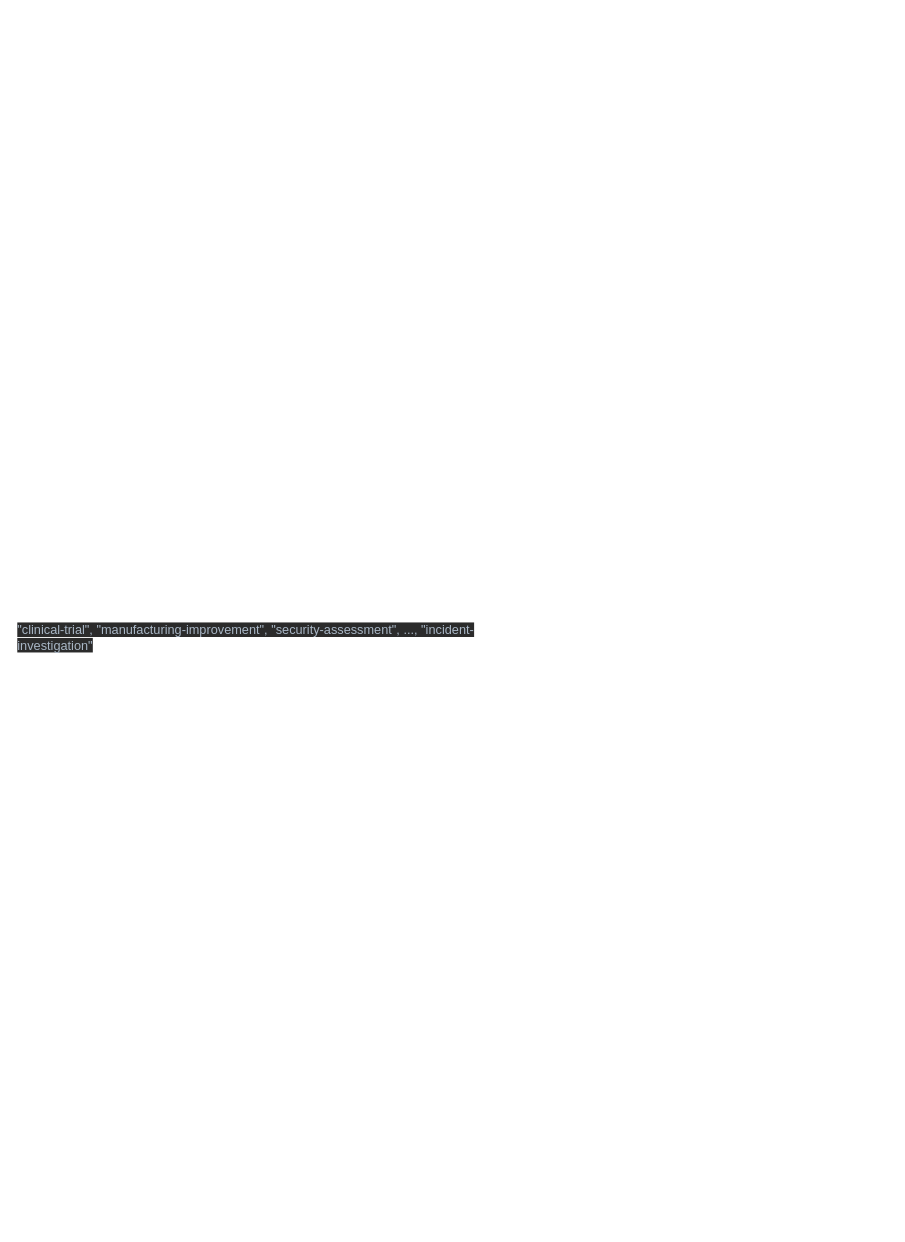
odpi/egeria-docs keeps this draw.io diagram as page "project-type-example" (2 of 2) of site/docs/guides/planning/valid-values/valid-metadata-values.drawio. Above is the earlier version. Source tidied: cells renumbered, new cells numbered last; positions are measured from the earlier drawing's top-left corner, leaving out a move shared by most shapes. Both pictures are drawn from the tidied source at 91%, with x=0, y=0 at pixel (15, 616).
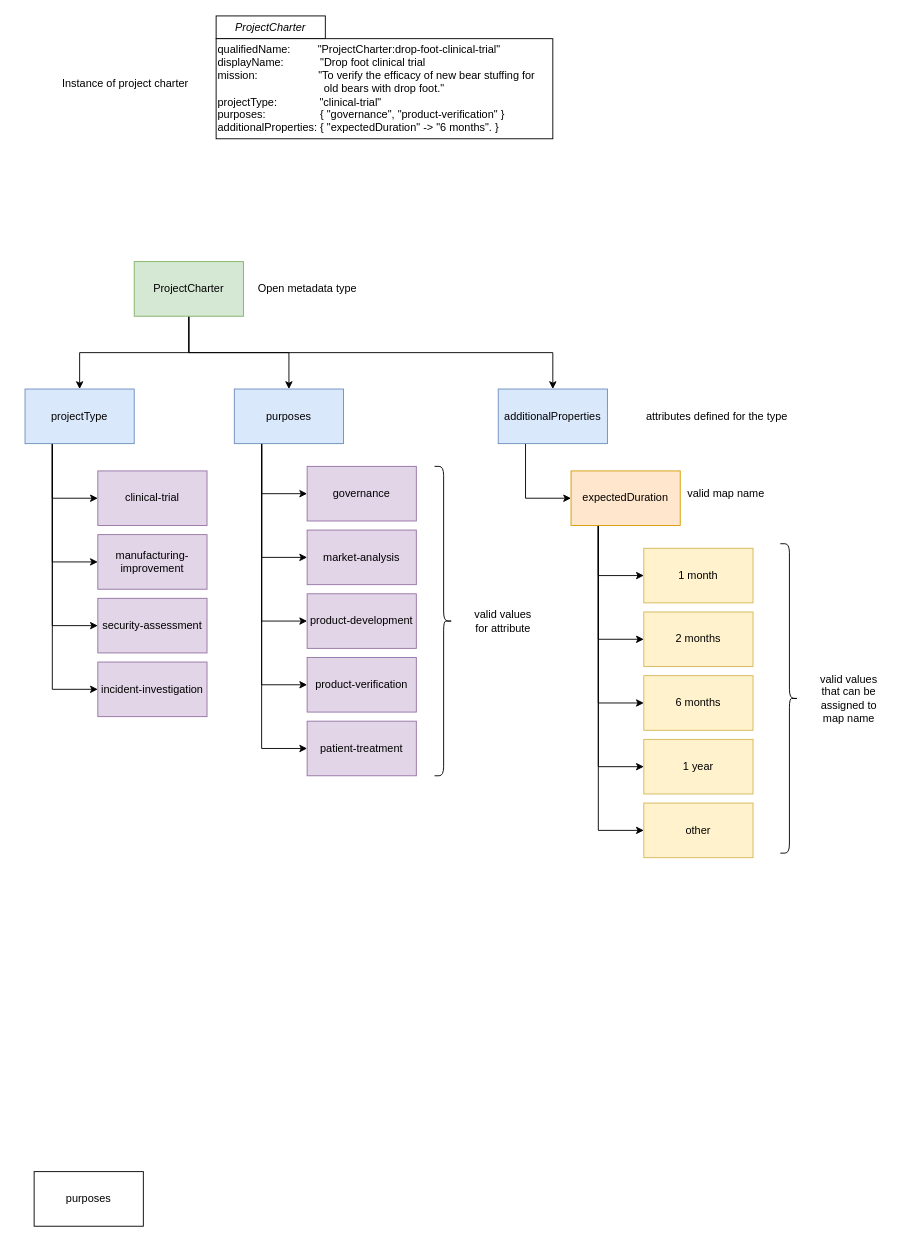
The same page after the edit.

Commit message (it also covers changes not shown here):
Add valid value diagrams

Change to the diagram source:
```diff
@@
-    <mxCell id="2" value="&lt;span style=&quot;color: rgb(169, 183, 198); font-family: Helvetica, Arial, freesans, sans-serif; font-size: 14px; font-style: normal; font-variant-ligatures: normal; font-variant-caps: normal; font-weight: 400; letter-spacing: normal; orphans: 2; text-align: left; text-indent: 0px; text-transform: none; widows: 2; word-spacing: 0px; -webkit-text-stroke-width: 0px; background-color: rgb(43, 43, 43); text-decoration-thickness: initial; text-decoration-style: initial; text-decoration-color: initial; float: none; display: inline !important;&quot;&gt;&quot;clinical-trial&quot;, &quot;manufacturing-improvement&quot;, &quot;security-assessment&quot;, ..., &quot;incident-investigation&quot;&lt;/span&gt;" style="text;whiteSpace=wrap;html=1;" parent="1" vertex="1">
-      <mxGeometry width="560" height="60" as="geometry" />
-    </mxCell>
+    <mxCell id="3" style="edgeStyle=orthogonalEdgeStyle;rounded=0;jettySize=auto;html=1;exitX=0.25;exitY=1;exitDx=0;exitDy=0;entryX=0;entryY=0.5;entryDx=0;entryDy=0;" parent="1" edge="1" source="7" target="8">
+      <mxGeometry relative="1" as="geometry" />
+    </mxCell>
+    <mxCell id="4" style="edgeStyle=orthogonalEdgeStyle;rounded=0;jettySize=auto;html=1;exitX=0.25;exitY=1;exitDx=0;exitDy=0;entryX=0;entryY=0.5;entryDx=0;entryDy=0;" parent="1" edge="1" source="7" target="9">
+      <mxGeometry relative="1" as="geometry" />
+    </mxCell>
+    <mxCell id="5" style="edgeStyle=orthogonalEdgeStyle;rounded=0;jettySize=auto;html=1;exitX=0.25;exitY=1;exitDx=0;exitDy=0;entryX=0;entryY=0.5;entryDx=0;entryDy=0;" parent="1" edge="1" source="7" target="14">
+      <mxGeometry relative="1" as="geometry" />
+    </mxCell>
+    <mxCell id="6" style="edgeStyle=orthogonalEdgeStyle;rounded=0;jettySize=auto;html=1;exitX=0.25;exitY=1;exitDx=0;exitDy=0;entryX=0;entryY=0.5;entryDx=0;entryDy=0;" parent="1" edge="1" source="7" target="15">
+      <mxGeometry relative="1" as="geometry" />
+    </mxCell>
+    <mxCell id="7" value="projectType" style="rounded=0;whiteSpace=wrap;html=1;fillColor=#dae8fc;strokeColor=#6c8ebf;" parent="1" vertex="1">
+      <mxGeometry x="10" y="-250" width="120" height="60" as="geometry" />
+    </mxCell>
+    <mxCell id="8" value="clinical-trial" style="rounded=0;whiteSpace=wrap;html=1;fillColor=#e1d5e7;strokeColor=#9673a6;" parent="1" vertex="1">
+      <mxGeometry x="90" y="-160" width="120" height="60" as="geometry" />
+    </mxCell>
+    <mxCell id="9" value="manufacturing-improvement" style="rounded=0;whiteSpace=wrap;html=1;fillColor=#e1d5e7;strokeColor=#9673a6;" parent="1" vertex="1">
+      <mxGeometry x="90" y="-90" width="120" height="60" as="geometry" />
+    </mxCell>
+    <mxCell id="10" style="edgeStyle=orthogonalEdgeStyle;rounded=0;jettySize=auto;html=1;exitX=0.5;exitY=1;exitDx=0;exitDy=0;entryX=0.5;entryY=0;entryDx=0;entryDy=0;" parent="1" edge="1" source="13" target="7">
+      <mxGeometry relative="1" as="geometry" />
+    </mxCell>
+    <mxCell id="11" style="edgeStyle=orthogonalEdgeStyle;rounded=0;jettySize=auto;html=1;exitX=0.5;exitY=1;exitDx=0;exitDy=0;entryX=0.5;entryY=0;entryDx=0;entryDy=0;" parent="1" edge="1" source="13" target="21">
+      <mxGeometry relative="1" as="geometry">
+        <Array as="points">
+          <mxPoint x="190" y="-290" />
+          <mxPoint x="300" y="-290" />
+        </Array>
+      </mxGeometry>
+    </mxCell>
+    <mxCell id="12" style="edgeStyle=orthogonalEdgeStyle;rounded=0;jettySize=auto;html=1;exitX=0.5;exitY=1;exitDx=0;exitDy=0;" parent="1" edge="1" source="13" target="31">
+      <mxGeometry relative="1" as="geometry" />
+    </mxCell>
+    <mxCell id="13" value="ProjectCharter" style="rounded=0;whiteSpace=wrap;html=1;fillColor=#d5e8d4;strokeColor=#82b366;" parent="1" vertex="1">
+      <mxGeometry x="130" y="-390" width="120" height="60" as="geometry" />
+    </mxCell>
+    <mxCell id="14" value="security-assessment" style="rounded=0;whiteSpace=wrap;html=1;fillColor=#e1d5e7;strokeColor=#9673a6;" parent="1" vertex="1">
+      <mxGeometry x="90" y="-20" width="120" height="60" as="geometry" />
+    </mxCell>
+    <mxCell id="15" value="incident-investigation" style="rounded=0;whiteSpace=wrap;html=1;fillColor=#e1d5e7;strokeColor=#9673a6;" parent="1" vertex="1">
+      <mxGeometry x="90" y="50" width="120" height="60" as="geometry" />
+    </mxCell>
+    <mxCell id="16" style="edgeStyle=orthogonalEdgeStyle;rounded=0;jettySize=auto;html=1;exitX=0.25;exitY=1;exitDx=0;exitDy=0;entryX=0;entryY=0.5;entryDx=0;entryDy=0;" parent="1" edge="1" source="21" target="22">
+      <mxGeometry relative="1" as="geometry" />
+    </mxCell>
+    <mxCell id="17" style="edgeStyle=orthogonalEdgeStyle;rounded=0;jettySize=auto;html=1;exitX=0.25;exitY=1;exitDx=0;exitDy=0;entryX=0;entryY=0.5;entryDx=0;entryDy=0;" parent="1" edge="1" source="21" target="23">
+      <mxGeometry relative="1" as="geometry" />
+    </mxCell>
+    <mxCell id="18" style="edgeStyle=orthogonalEdgeStyle;rounded=0;jettySize=auto;html=1;exitX=0.25;exitY=1;exitDx=0;exitDy=0;entryX=0;entryY=0.5;entryDx=0;entryDy=0;" parent="1" edge="1" source="21" target="24">
+      <mxGeometry relative="1" as="geometry" />
+    </mxCell>
+    <mxCell id="19" style="edgeStyle=orthogonalEdgeStyle;rounded=0;jettySize=auto;html=1;exitX=0.25;exitY=1;exitDx=0;exitDy=0;entryX=0;entryY=0.5;entryDx=0;entryDy=0;" parent="1" edge="1" source="21" target="25">
+      <mxGeometry relative="1" as="geometry" />
+    </mxCell>
+    <mxCell id="20" style="edgeStyle=orthogonalEdgeStyle;rounded=0;jettySize=auto;html=1;exitX=0.25;exitY=1;exitDx=0;exitDy=0;entryX=0;entryY=0.5;entryDx=0;entryDy=0;" parent="1" edge="1" source="21" target="26">
+      <mxGeometry relative="1" as="geometry" />
+    </mxCell>
+    <mxCell id="21" value="purposes" style="rounded=0;whiteSpace=wrap;html=1;fillColor=#dae8fc;strokeColor=#6c8ebf;" parent="1" vertex="1">
+      <mxGeometry x="240" y="-250" width="120" height="60" as="geometry" />
+    </mxCell>
+    <mxCell id="22" value="governance" style="rounded=0;whiteSpace=wrap;html=1;fillColor=#e1d5e7;strokeColor=#9673a6;" parent="1" vertex="1">
+      <mxGeometry x="320" y="-165" width="120" height="60" as="geometry" />
+    </mxCell>
+    <mxCell id="23" value="market-analysis" style="rounded=0;whiteSpace=wrap;html=1;fillColor=#e1d5e7;strokeColor=#9673a6;" parent="1" vertex="1">
+      <mxGeometry x="320" y="-95" width="120" height="60" as="geometry" />
+    </mxCell>
+    <mxCell id="24" value="product-development" style="rounded=0;whiteSpace=wrap;html=1;fillColor=#e1d5e7;strokeColor=#9673a6;" parent="1" vertex="1">
+      <mxGeometry x="320" y="-25" width="120" height="60" as="geometry" />
+    </mxCell>
+    <mxCell id="25" value="product-verification" style="rounded=0;whiteSpace=wrap;html=1;fillColor=#e1d5e7;strokeColor=#9673a6;" parent="1" vertex="1">
+      <mxGeometry x="320" y="45" width="120" height="60" as="geometry" />
+    </mxCell>
+    <mxCell id="26" value="patient-treatment" style="rounded=0;whiteSpace=wrap;html=1;fillColor=#e1d5e7;strokeColor=#9673a6;" parent="1" vertex="1">
+      <mxGeometry x="320" y="115" width="120" height="60" as="geometry" />
+    </mxCell>
+    <mxCell id="27" value="ProjectCharter" style="rounded=0;whiteSpace=wrap;html=1;fontStyle=2;" parent="1" vertex="1">
+      <mxGeometry x="220" y="-660" width="120" height="25" as="geometry" />
+    </mxCell>
+    <mxCell id="28" value="qualifiedName:&amp;nbsp; &amp;nbsp; &amp;nbsp; &amp;nbsp; &amp;nbsp;&quot;ProjectCharter:drop-foot-clinical-trial&quot;&lt;br&gt;displayName:&amp;nbsp; &amp;nbsp; &amp;nbsp; &amp;nbsp; &amp;nbsp; &amp;nbsp; &quot;Drop foot clinical trial&lt;br&gt;mission:&amp;nbsp; &amp;nbsp; &amp;nbsp; &amp;nbsp; &amp;nbsp; &amp;nbsp; &amp;nbsp; &amp;nbsp; &amp;nbsp; &amp;nbsp; &quot;To verify the efficacy of new bear stuffing for &lt;br&gt;&amp;nbsp; &amp;nbsp; &amp;nbsp; &amp;nbsp; &amp;nbsp; &amp;nbsp; &amp;nbsp; &amp;nbsp; &amp;nbsp; &amp;nbsp; &amp;nbsp; &amp;nbsp; &amp;nbsp; &amp;nbsp; &amp;nbsp; &amp;nbsp; &amp;nbsp; &amp;nbsp;old bears with drop foot.&quot;&lt;br&gt;projectType:&amp;nbsp; &amp;nbsp; &amp;nbsp; &amp;nbsp; &amp;nbsp; &amp;nbsp; &amp;nbsp; &quot;clinical-trial&quot;&lt;br&gt;purposes:&amp;nbsp; &amp;nbsp; &amp;nbsp; &amp;nbsp; &amp;nbsp; &amp;nbsp; &amp;nbsp; &amp;nbsp; &amp;nbsp; { &quot;governance&quot;, &quot;product-verification&quot; }&lt;br&gt;additionalProperties: { &quot;expectedDuration&quot; -&amp;gt; &quot;6 months&quot;. }" style="rounded=0;whiteSpace=wrap;html=1;align=left;" parent="1" vertex="1">
+      <mxGeometry x="220" y="-635" width="370" height="110" as="geometry" />
+    </mxCell>
+    <mxCell id="29" value="purposes" style="rounded=0;whiteSpace=wrap;html=1;" parent="1" vertex="1">
+      <mxGeometry x="20" y="610" width="120" height="60" as="geometry" />
+    </mxCell>
+    <mxCell id="30" style="edgeStyle=orthogonalEdgeStyle;rounded=0;jettySize=auto;html=1;exitX=0.25;exitY=1;exitDx=0;exitDy=0;entryX=0;entryY=0.5;entryDx=0;entryDy=0;" parent="1" edge="1" source="31" target="37">
+      <mxGeometry relative="1" as="geometry" />
+    </mxCell>
+    <mxCell id="31" value="additionalProperties" style="rounded=0;whiteSpace=wrap;html=1;fillColor=#dae8fc;strokeColor=#6c8ebf;" parent="1" vertex="1">
+      <mxGeometry x="530" y="-250" width="120" height="60" as="geometry" />
+    </mxCell>
+    <mxCell id="32" style="edgeStyle=orthogonalEdgeStyle;rounded=0;jettySize=auto;html=1;exitX=0.25;exitY=1;exitDx=0;exitDy=0;entryX=0;entryY=0.5;entryDx=0;entryDy=0;" parent="1" edge="1" source="37" target="38">
+      <mxGeometry relative="1" as="geometry" />
+    </mxCell>
+    <mxCell id="33" style="edgeStyle=orthogonalEdgeStyle;rounded=0;jettySize=auto;html=1;exitX=0.25;exitY=1;exitDx=0;exitDy=0;entryX=0;entryY=0.5;entryDx=0;entryDy=0;" parent="1" edge="1" source="37" target="39">
+      <mxGeometry relative="1" as="geometry" />
+    </mxCell>
+    <mxCell id="34" style="edgeStyle=orthogonalEdgeStyle;rounded=0;jettySize=auto;html=1;exitX=0.25;exitY=1;exitDx=0;exitDy=0;entryX=0;entryY=0.5;entryDx=0;entryDy=0;" parent="1" edge="1" source="37" target="40">
+      <mxGeometry relative="1" as="geometry" />
+    </mxCell>
+    <mxCell id="35" style="edgeStyle=orthogonalEdgeStyle;rounded=0;jettySize=auto;html=1;exitX=0.25;exitY=1;exitDx=0;exitDy=0;entryX=0;entryY=0.5;entryDx=0;entryDy=0;" parent="1" edge="1" source="37" target="41">
+      <mxGeometry relative="1" as="geometry" />
+    </mxCell>
+    <mxCell id="36" style="edgeStyle=orthogonalEdgeStyle;rounded=0;jettySize=auto;html=1;exitX=0.25;exitY=1;exitDx=0;exitDy=0;entryX=0;entryY=0.5;entryDx=0;entryDy=0;" parent="1" edge="1" source="37" target="42">
+      <mxGeometry relative="1" as="geometry" />
+    </mxCell>
+    <mxCell id="37" value="expectedDuration" style="rounded=0;whiteSpace=wrap;html=1;fillColor=#ffe6cc;strokeColor=#d79b00;" parent="1" vertex="1">
+      <mxGeometry x="610" y="-160" width="120" height="60" as="geometry" />
+    </mxCell>
+    <mxCell id="38" value="1 month" style="rounded=0;whiteSpace=wrap;html=1;fillColor=#fff2cc;strokeColor=#d6b656;" parent="1" vertex="1">
+      <mxGeometry x="690" y="-75" width="120" height="60" as="geometry" />
+    </mxCell>
+    <mxCell id="39" value="2 months" style="rounded=0;whiteSpace=wrap;html=1;fillColor=#fff2cc;strokeColor=#d6b656;" parent="1" vertex="1">
+      <mxGeometry x="690" y="-5" width="120" height="60" as="geometry" />
+    </mxCell>
+    <mxCell id="40" value="6 months" style="rounded=0;whiteSpace=wrap;html=1;fillColor=#fff2cc;strokeColor=#d6b656;" parent="1" vertex="1">
+      <mxGeometry x="690" y="65" width="120" height="60" as="geometry" />
+    </mxCell>
+    <mxCell id="41" value="1 year" style="rounded=0;whiteSpace=wrap;html=1;fillColor=#fff2cc;strokeColor=#d6b656;" parent="1" vertex="1">
+      <mxGeometry x="690" y="135" width="120" height="60" as="geometry" />
+    </mxCell>
+    <mxCell id="42" value="other" style="rounded=0;whiteSpace=wrap;html=1;fillColor=#fff2cc;strokeColor=#d6b656;" parent="1" vertex="1">
+      <mxGeometry x="690" y="205" width="120" height="60" as="geometry" />
+    </mxCell>
+    <mxCell id="43" value="Open metadata type" style="text;html=1;align=center;verticalAlign=middle;strokeColor=none;fillColor=none;" parent="1" vertex="1">
+      <mxGeometry x="255" y="-375" width="130" height="30" as="geometry" />
+    </mxCell>
+    <mxCell id="44" value="attributes defined for the type" style="text;html=1;align=center;verticalAlign=middle;strokeColor=none;fillColor=none;" parent="1" vertex="1">
+      <mxGeometry x="680" y="-235" width="180" height="30" as="geometry" />
+    </mxCell>
+    <mxCell id="45" value="valid map name" style="text;html=1;align=center;verticalAlign=middle;strokeColor=none;fillColor=none;" parent="1" vertex="1">
+      <mxGeometry x="725" y="-150" width="110" height="30" as="geometry" />
+    </mxCell>
+    <mxCell id="46" style="shape=curlyBracket;whiteSpace=wrap;html=1;rounded=1;flipH=1;" parent="1" vertex="1">
+      <mxGeometry x="840" y="-80" width="20" height="340" as="geometry" />
+    </mxCell>
+    <mxCell id="47" value="valid values &lt;br&gt;that can be &lt;br&gt;assigned to &lt;br&gt;map name" style="text;html=1;align=center;verticalAlign=middle;strokeColor=none;fillColor=none;" parent="1" vertex="1">
+      <mxGeometry x="870" y="55" width="90" height="70" as="geometry" />
+    </mxCell>
+    <mxCell id="48" style="shape=curlyBracket;whiteSpace=wrap;html=1;rounded=1;flipH=1;" parent="1" vertex="1">
+      <mxGeometry x="460" y="-165" width="20" height="340" as="geometry" />
+    </mxCell>
+    <mxCell id="49" value="valid values &lt;br&gt;for attribute" style="text;html=1;align=center;verticalAlign=middle;strokeColor=none;fillColor=none;" parent="1" vertex="1">
+      <mxGeometry x="490" y="-15" width="90" height="40" as="geometry" />
+    </mxCell>
+    <mxCell id="50" value="Instance of project charter" style="text;html=1;align=center;verticalAlign=middle;strokeColor=none;fillColor=none;" parent="1" vertex="1">
+      <mxGeometry x="40" y="-600" width="160" height="30" as="geometry" />
+    </mxCell>
```
